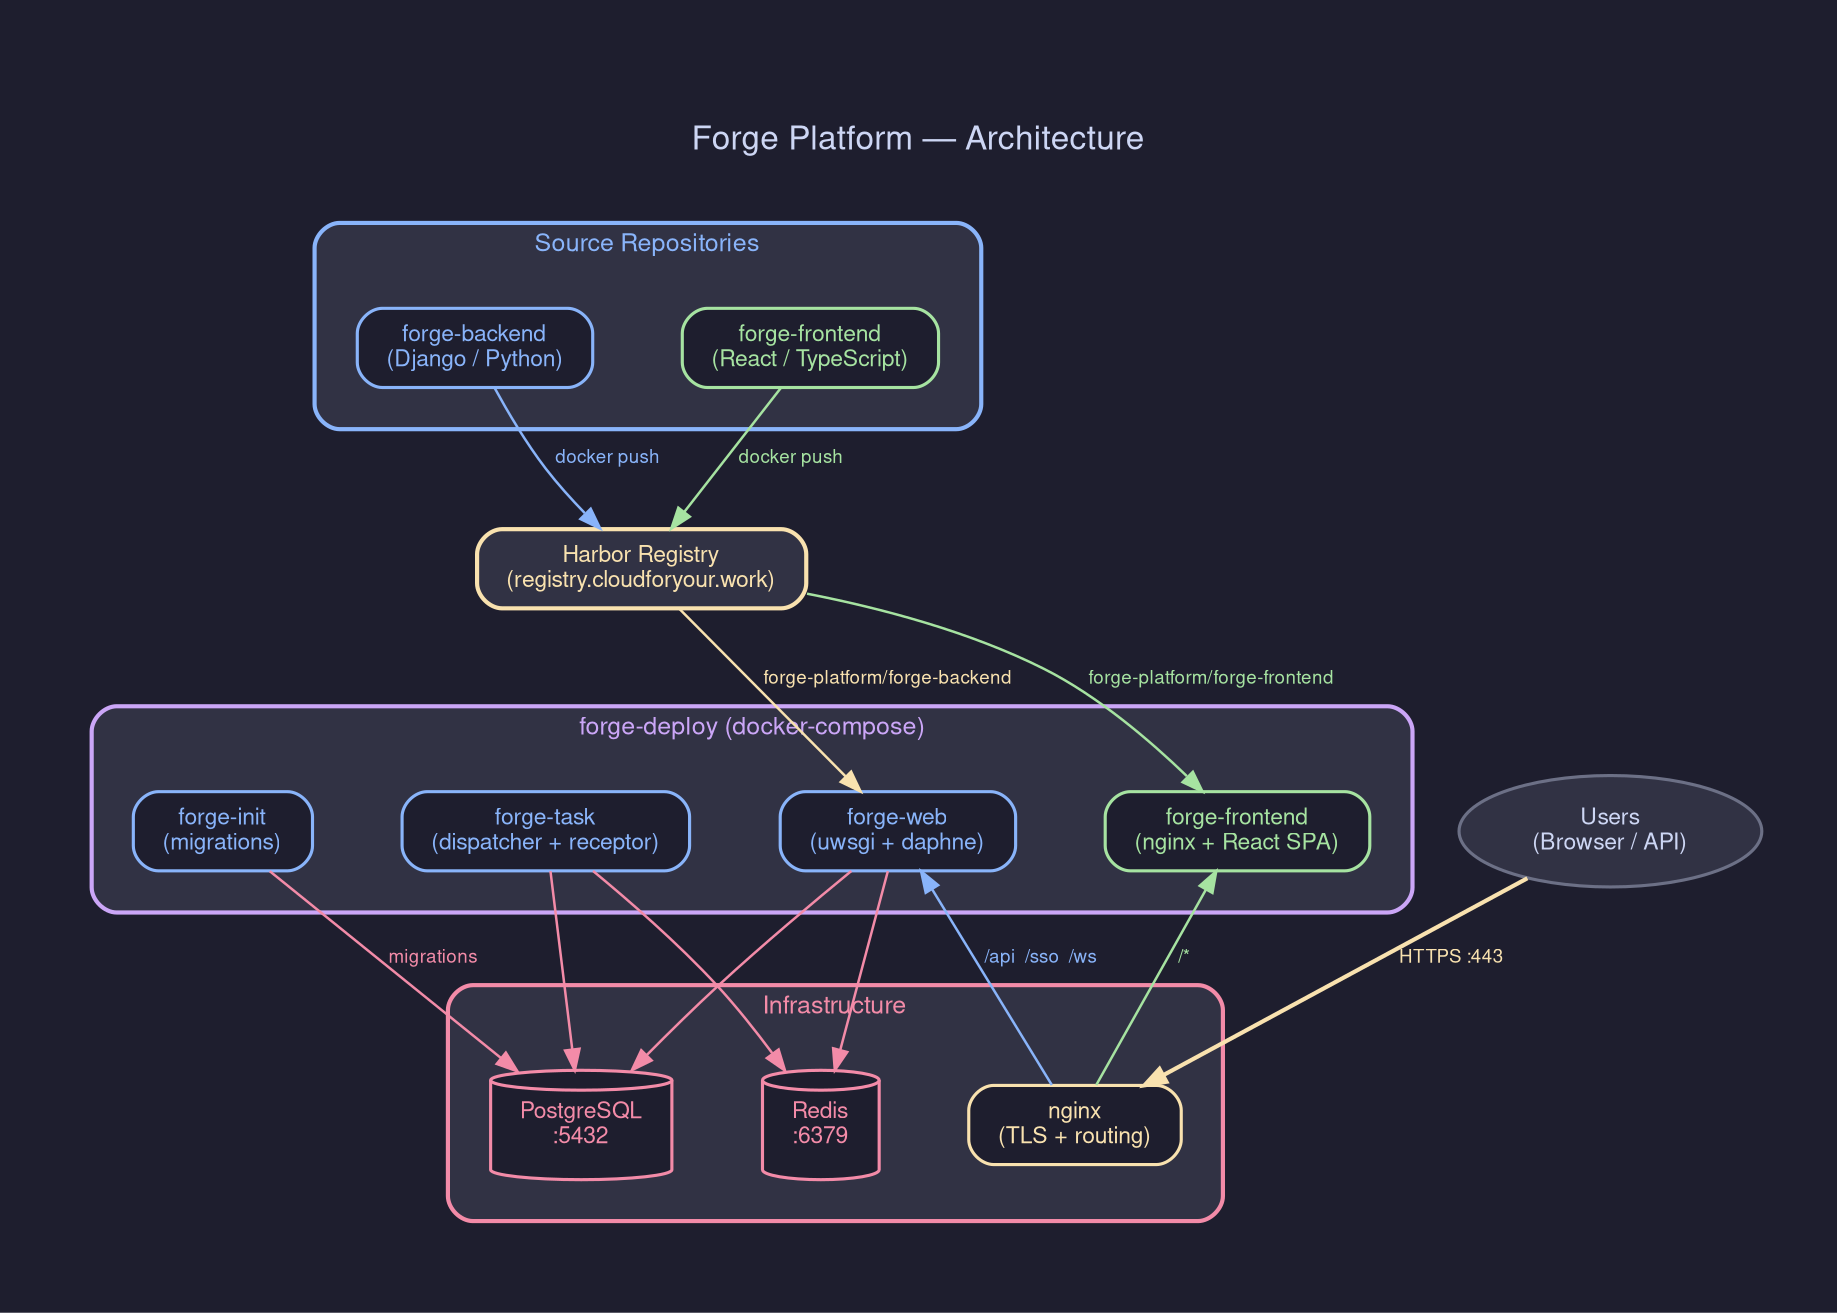
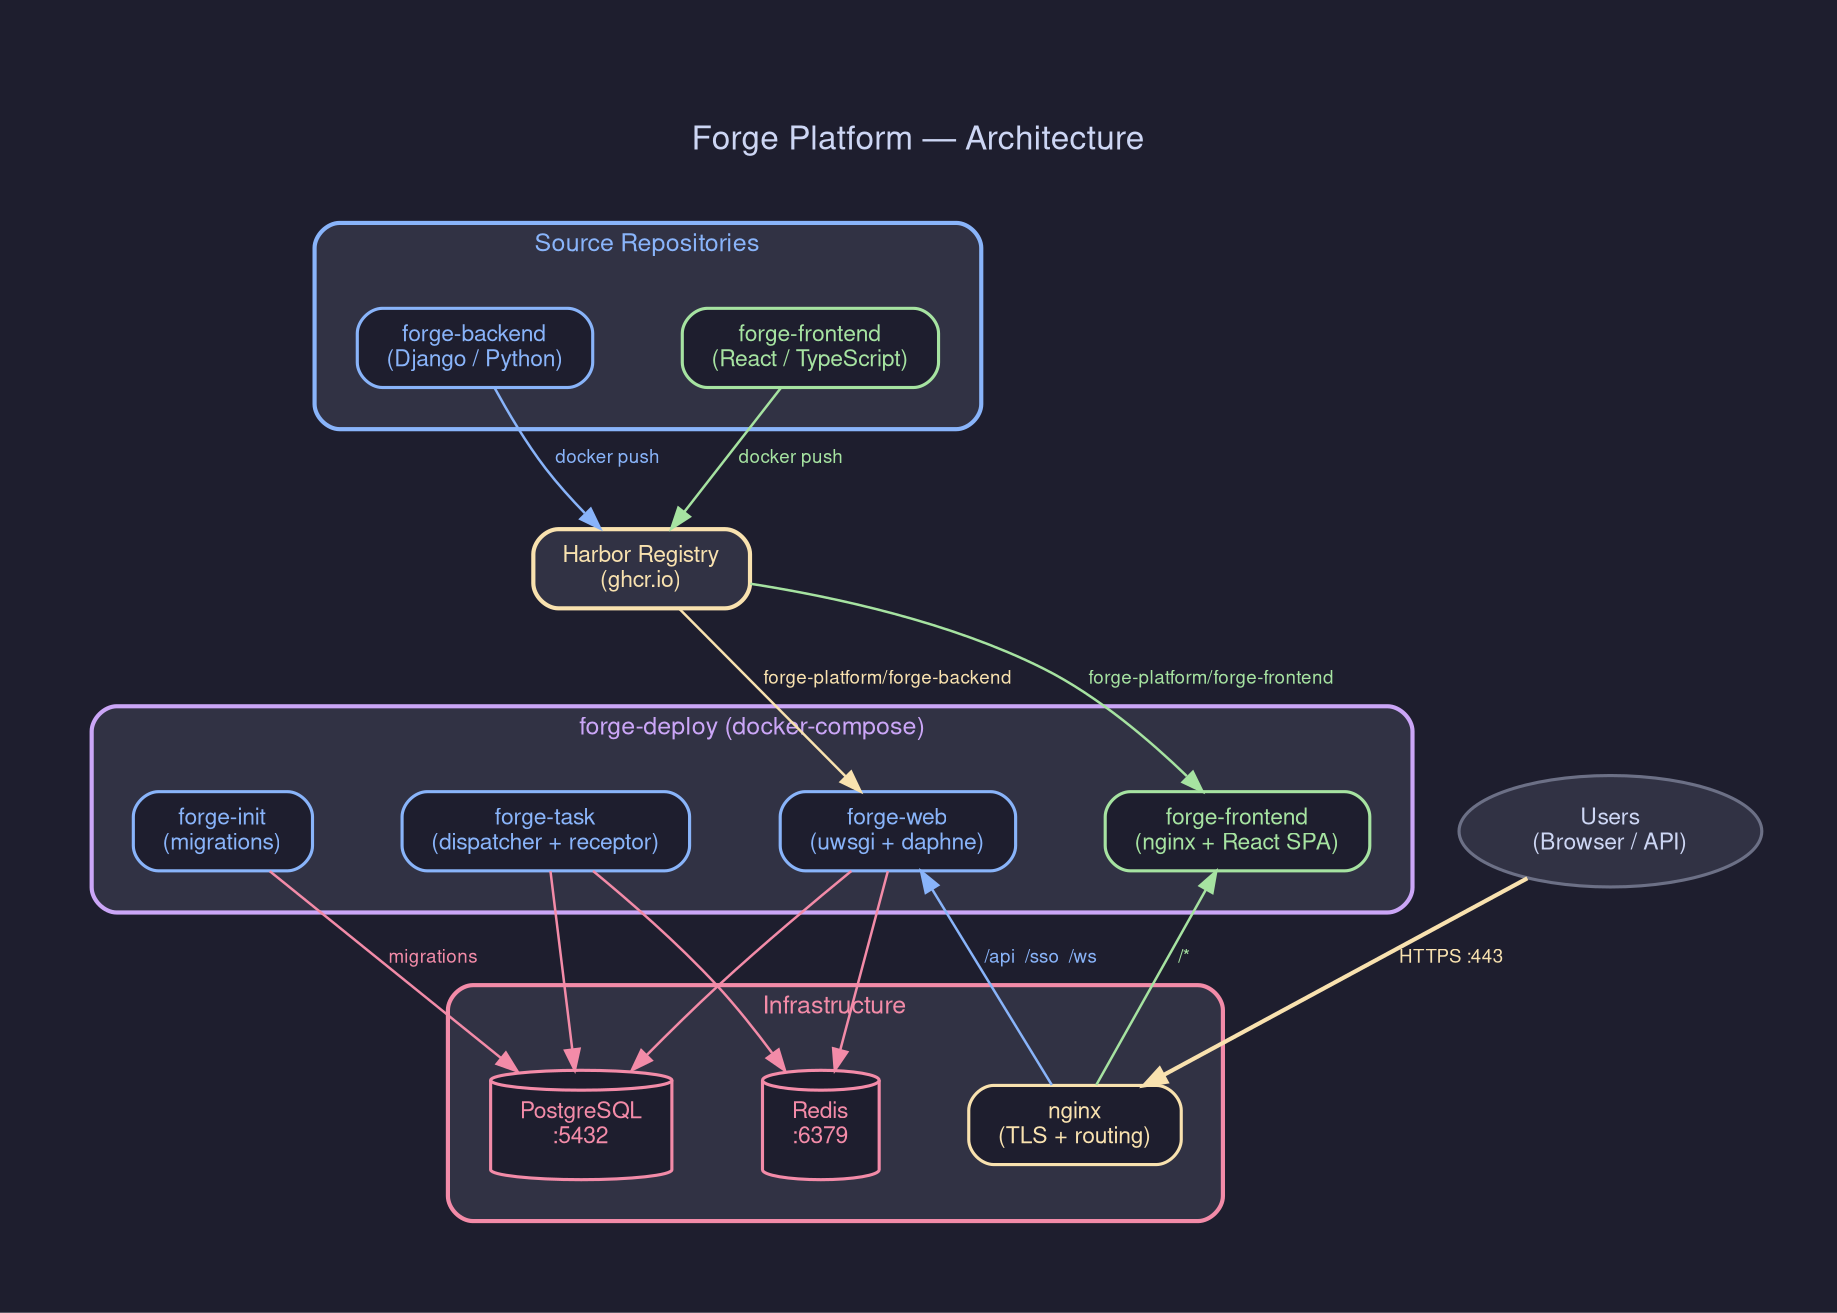
digraph ForgeArchitecture {
    rankdir=TB;
    bgcolor="#1e1e2e";
    fontname="Helvetica Neue,Helvetica,Arial,sans-serif";
    node [fontname="Helvetica Neue,Helvetica,Arial,sans-serif", fontsize=11, style="filled",
          shape="box", penwidth=1.5, margin="0.2,0.1", fontcolor="#cdd6f4"];
    edge [fontname="Helvetica Neue,Helvetica,Arial,sans-serif", fontsize=9, penwidth=1.2,
          color="#6c7086", fontcolor="#a6adc8"];
    graph [fontname="Helvetica Neue,Helvetica,Arial,sans-serif", fontsize=12, fontcolor="#cdd6f4"];
    compound=true;
    newrank=true;
    splines=true;
    nodesep=0.6;
    ranksep=0.8;
    pad=0.5;

    // ── Source Repositories ──
    subgraph cluster_source {
        label="  Source Repositories  ";
        labeljust="c";
        style="filled,rounded,bold";
        fillcolor="#313244";
        color="#89b4fa";
        fontcolor="#89b4fa";
        penwidth=2;
        margin=20;

        backend [label="forge-backend\n(Django / Python)",
                 fillcolor="#1e1e2e", color="#89b4fa", fontcolor="#89b4fa",
                 shape="box", style="filled,rounded"];
        frontend [label="forge-frontend\n(React / TypeScript)",
                  fillcolor="#1e1e2e", color="#a6e3a1", fontcolor="#a6e3a1",
                  shape="box", style="filled,rounded"];
    }

    // ── Docker Registry ──
-     registry [label="Harbor Registry\n(registry.cloudforyour.work)",
+     registry [label="Harbor Registry\n(ghcr.io)",
              fillcolor="#313244", color="#f9e2af", fontcolor="#f9e2af",
              shape="box", style="filled,rounded", penwidth=2];

    // ── Deployment ──
    subgraph cluster_deploy {
        label="  forge-deploy (docker-compose)  ";
        labeljust="c";
        style="filled,rounded,bold";
        fillcolor="#313244";
        color="#cba6f7";
        fontcolor="#cba6f7";
        penwidth=2;
        margin=20;

        web [label="forge-web\n(uwsgi + daphne)",
             fillcolor="#1e1e2e", color="#89b4fa", fontcolor="#89b4fa",
             shape="box", style="filled,rounded"];
        task [label="forge-task\n(dispatcher + receptor)",
              fillcolor="#1e1e2e", color="#89b4fa", fontcolor="#89b4fa",
              shape="box", style="filled,rounded"];
        fe [label="forge-frontend\n(nginx + React SPA)",
            fillcolor="#1e1e2e", color="#a6e3a1", fontcolor="#a6e3a1",
            shape="box", style="filled,rounded"];
        init [label="forge-init\n(migrations)",
              fillcolor="#1e1e2e", color="#89b4fa", fontcolor="#89b4fa",
              shape="box", style="filled,rounded"];
    }

    // ── Infrastructure ──
    subgraph cluster_infra {
        label="  Infrastructure  ";
        labeljust="c";
        style="filled,rounded,bold";
        fillcolor="#313244";
        color="#f38ba8";
        fontcolor="#f38ba8";
        penwidth=2;
        margin=20;

        nginx [label="nginx\n(TLS + routing)",
               fillcolor="#1e1e2e", color="#f9e2af", fontcolor="#f9e2af",
               shape="box", style="filled,rounded"];
        postgres [label="PostgreSQL\n:5432",
                  fillcolor="#1e1e2e", color="#f38ba8", fontcolor="#f38ba8",
                  shape="cylinder"];
        redis [label="Redis\n:6379",
               fillcolor="#1e1e2e", color="#f38ba8", fontcolor="#f38ba8",
               shape="cylinder"];
    }

    // ── Users ──
    users [label="Users\n(Browser / API)",
           shape="ellipse", fillcolor="#313244", color="#6c7086",
           fontcolor="#cdd6f4", fontsize=11];

    // ── Connections ──

    // Build → Registry
    backend -> registry [label="  docker push  ", color="#89b4fa", fontcolor="#89b4fa"];
    frontend -> registry [label="  docker push  ", color="#a6e3a1", fontcolor="#a6e3a1"];

    // Registry → Deploy
    registry -> web [label="  forge-platform/forge-backend  ", color="#f9e2af", fontcolor="#f9e2af"];
    registry -> task [style="invis"];
    registry -> fe [label="  forge-platform/forge-frontend  ", color="#a6e3a1", fontcolor="#a6e3a1"];
    registry -> init [style="invis"];

    // Deploy → Infra
    web -> postgres [color="#f38ba8"];
    web -> redis [color="#f38ba8"];
    task -> postgres [color="#f38ba8"];
    task -> redis [color="#f38ba8"];
    init -> postgres [label="  migrations  ", color="#f38ba8", fontcolor="#f38ba8"];

    // Nginx routing
    nginx -> web [label="  /api  /sso  /ws  ", color="#89b4fa", fontcolor="#89b4fa"];
    nginx -> fe [label="  /*  ", color="#a6e3a1", fontcolor="#a6e3a1"];

    // Users → Nginx
    users -> nginx [label="  HTTPS :443  ", color="#f9e2af", fontcolor="#f9e2af", penwidth=2];

    // Layout hints
    {rank=same; backend; frontend}
    {rank=same; web; task; fe; init}
    {rank=same; nginx; postgres; redis}

    // Title
    labelloc="t";
    label="\n  Forge Platform — Architecture  \n ";
    fontsize=16;
    fontcolor="#cdd6f4";
}
